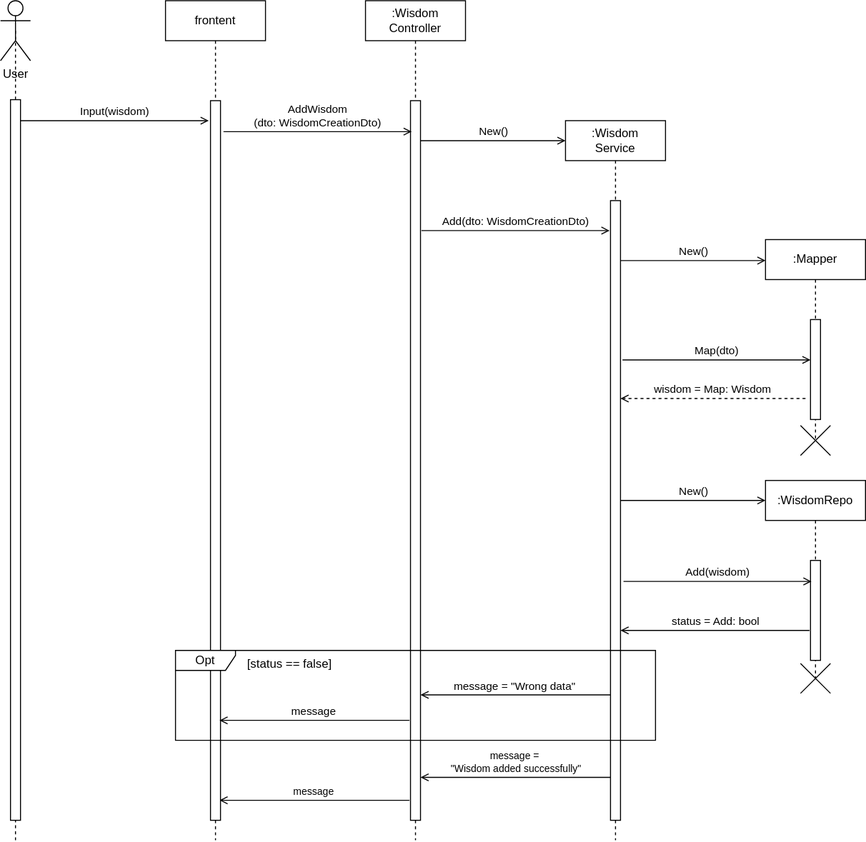
Earlier version of the draw.io export Diagram/Sequence/Manage Wisdom (Add).svg (Davidemad24/WisdomSystem). Source tidied: cells renumbered, new cells last; positions are measured from the earlier drawing's top-left corner, leaving out a move shared by most shapes.
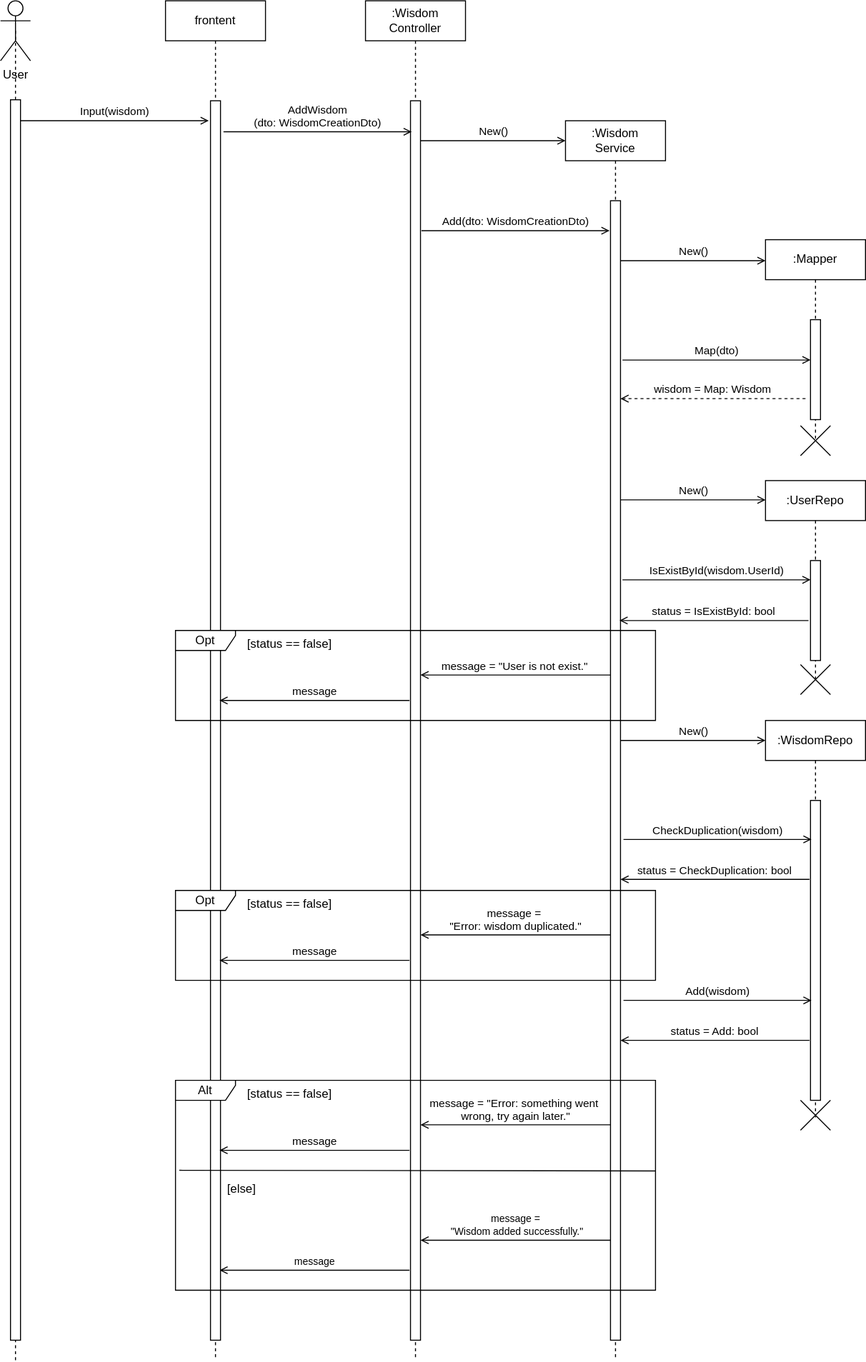
The same file after the commit.

The edit, as a diff of the source:
```diff
@@ -3,16 +3,16 @@
     <mxCell id="0" />
     <mxCell id="1" parent="0" />
     <mxCell id="2" value=":Wisdom&lt;div&gt;Controller&lt;/div&gt;" style="shape=umlLifeline;perimeter=lifelinePerimeter;whiteSpace=wrap;html=1;newEdgeStyle={&quot;edgeStyle&quot;:&quot;elbowEdgeStyle&quot;,&quot;elbow&quot;:&quot;vertical&quot;,&quot;curved&quot;:0,&quot;rounded&quot;:0};" parent="1" vertex="1">
-      <mxGeometry x="365" width="100" height="840" as="geometry" />
+      <mxGeometry x="365" width="100" height="1360" as="geometry" />
     </mxCell>
     <mxCell id="3" style="html=1;points=[];perimeter=orthogonalPerimeter;outlineConnect=0;targetShapes=umlLifeline;portConstraint=eastwest;newEdgeStyle={&quot;edgeStyle&quot;:&quot;elbowEdgeStyle&quot;,&quot;elbow&quot;:&quot;vertical&quot;,&quot;curved&quot;:0,&quot;rounded&quot;:0};" parent="2" vertex="1">
-      <mxGeometry x="45" y="100" width="10" height="720" as="geometry" />
+      <mxGeometry x="45" y="100" width="10" height="1240" as="geometry" />
     </mxCell>
     <mxCell id="4" value=":Wisdom&lt;div&gt;Service&lt;/div&gt;" style="shape=umlLifeline;perimeter=lifelinePerimeter;whiteSpace=wrap;html=1;newEdgeStyle={&quot;edgeStyle&quot;:&quot;elbowEdgeStyle&quot;,&quot;elbow&quot;:&quot;vertical&quot;,&quot;curved&quot;:0,&quot;rounded&quot;:0};" parent="1" vertex="1">
-      <mxGeometry x="565" y="120" width="100" height="720" as="geometry" />
+      <mxGeometry x="565" y="120" width="100" height="1240" as="geometry" />
     </mxCell>
     <mxCell id="5" style="html=1;perimeter=orthogonalPerimeter;targetShapes=umlLifeline;newEdgeStyle={&quot;edgeStyle&quot;:&quot;elbowEdgeStyle&quot;,&quot;elbow&quot;:&quot;vertical&quot;,&quot;curved&quot;:0,&quot;rounded&quot;:0};" parent="4" vertex="1">
-      <mxGeometry x="45" y="80" width="10" height="620" as="geometry" />
+      <mxGeometry x="45" y="80" width="10" height="1140" as="geometry" />
     </mxCell>
     <mxCell id="6" value="User" style="shape=umlActor;verticalLabelPosition=bottom;verticalAlign=top;html=1;outlineConnect=0;" parent="1" vertex="1">
       <mxGeometry width="30" height="60" as="geometry" />
@@ -22,11 +22,11 @@
     </mxCell>
     <mxCell id="8" style="endArrow=none;dashed=1;html=1;rounded=0;entryX=0.5;entryY=0.5;entryDx=0;entryDy=0;entryPerimeter=0;" parent="1" edge="1" target="9">
       <mxGeometry relative="1" as="geometry">
-        <mxPoint x="15" y="840" as="sourcePoint" />
+        <mxPoint x="15" y="1360" as="sourcePoint" />
       </mxGeometry>
     </mxCell>
     <mxCell id="9" style="rounded=0;whiteSpace=wrap;html=1;" parent="1" vertex="1">
-      <mxGeometry x="10" y="99" width="10" height="721" as="geometry" />
+      <mxGeometry x="10" y="99" width="10" height="1241" as="geometry" />
     </mxCell>
     <mxCell id="10" value="AddWisdom&lt;div&gt;(dto: WisdomCreationDto)&lt;/div&gt;" style="html=1;verticalAlign=bottom;labelBackgroundColor=none;endArrow=open;endFill=0;rounded=0;exitX=1.28;exitY=0.094;exitDx=0;exitDy=0;exitPerimeter=0;" parent="1" edge="1">
       <mxGeometry relative="1" as="geometry">
@@ -35,10 +35,10 @@
       </mxGeometry>
     </mxCell>
     <mxCell id="11" value=":WisdomRepo" style="shape=umlLifeline;perimeter=lifelinePerimeter;whiteSpace=wrap;html=1;newEdgeStyle={&quot;edgeStyle&quot;:&quot;elbowEdgeStyle&quot;,&quot;elbow&quot;:&quot;vertical&quot;,&quot;curved&quot;:0,&quot;rounded&quot;:0};" parent="1" vertex="1">
-      <mxGeometry x="765" y="480" width="100" height="200" as="geometry" />
+      <mxGeometry x="765" y="720" width="100" height="400" as="geometry" />
     </mxCell>
     <mxCell id="12" style="html=1;perimeter=orthogonalPerimeter;targetShapes=umlLifeline;newEdgeStyle={&quot;edgeStyle&quot;:&quot;elbowEdgeStyle&quot;,&quot;elbow&quot;:&quot;vertical&quot;,&quot;curved&quot;:0,&quot;rounded&quot;:0};" parent="11" vertex="1">
-      <mxGeometry x="45" y="80" width="10" height="100" as="geometry" />
+      <mxGeometry x="45" y="80" width="10" height="300" as="geometry" />
     </mxCell>
     <mxCell id="13" value="New()" style="html=1;verticalAlign=bottom;labelBackgroundColor=none;endArrow=open;endFill=0;rounded=0;" parent="1" edge="1" source="3">
       <mxGeometry relative="1" as="geometry">
@@ -53,39 +53,39 @@
     </mxCell>
     <mxCell id="15" value="New()" style="html=1;verticalAlign=bottom;labelBackgroundColor=none;endArrow=open;endFill=0;rounded=0;" parent="1" edge="1">
       <mxGeometry relative="1" as="geometry">
-        <mxPoint x="620" y="500" as="sourcePoint" />
-        <mxPoint x="765" y="500" as="targetPoint" />
+        <mxPoint x="620" y="499.3" as="sourcePoint" />
+        <mxPoint x="765" y="499.3" as="targetPoint" />
       </mxGeometry>
     </mxCell>
     <mxCell id="16" value="Add(wisdom)" style="html=1;verticalAlign=bottom;labelBackgroundColor=none;endArrow=open;endFill=0;rounded=0;exitX=1.28;exitY=0.094;exitDx=0;exitDy=0;exitPerimeter=0;" parent="1" edge="1">
       <mxGeometry relative="1" as="geometry">
-        <mxPoint x="623" y="581" as="sourcePoint" />
-        <mxPoint x="811" y="581" as="targetPoint" />
+        <mxPoint x="623" y="1000" as="sourcePoint" />
+        <mxPoint x="811" y="1000" as="targetPoint" />
       </mxGeometry>
     </mxCell>
     <mxCell id="17" value="status = Add: bool" style="html=1;verticalAlign=bottom;labelBackgroundColor=none;endArrow=open;endFill=0;rounded=0;" parent="1" edge="1">
       <mxGeometry relative="1" as="geometry">
-        <mxPoint x="809" y="630" as="sourcePoint" />
-        <mxPoint x="620" y="630" as="targetPoint" />
+        <mxPoint x="809" y="1040" as="sourcePoint" />
+        <mxPoint x="620" y="1040" as="targetPoint" />
       </mxGeometry>
     </mxCell>
     <mxCell id="18" style="shape=umlDestroy;html=1;" parent="1" vertex="1">
-      <mxGeometry x="800" y="663" width="30" height="30" as="geometry" />
+      <mxGeometry x="800" y="1100" width="30" height="30" as="geometry" />
     </mxCell>
     <mxCell id="19" value="&lt;span style=&quot;font-size: 10px;&quot;&gt;message&lt;/span&gt;" style="html=1;verticalAlign=bottom;labelBackgroundColor=none;endArrow=open;endFill=0;rounded=0;" parent="1" edge="1">
       <mxGeometry relative="1" as="geometry">
-        <mxPoint x="409" y="800" as="sourcePoint" />
-        <mxPoint x="219" y="800" as="targetPoint" />
+        <mxPoint x="409" y="1270" as="sourcePoint" />
+        <mxPoint x="219" y="1270" as="targetPoint" />
       </mxGeometry>
     </mxCell>
     <mxCell id="20" value="frontent" style="shape=umlLifeline;perimeter=lifelinePerimeter;whiteSpace=wrap;html=1;newEdgeStyle={&quot;edgeStyle&quot;:&quot;elbowEdgeStyle&quot;,&quot;elbow&quot;:&quot;vertical&quot;,&quot;curved&quot;:0,&quot;rounded&quot;:0};" parent="1" vertex="1">
-      <mxGeometry x="165" width="100" height="840" as="geometry" />
+      <mxGeometry x="165" width="100" height="1360" as="geometry" />
     </mxCell>
     <mxCell id="21" style="html=1;perimeter=orthogonalPerimeter;targetShapes=umlLifeline;newEdgeStyle={&quot;edgeStyle&quot;:&quot;elbowEdgeStyle&quot;,&quot;elbow&quot;:&quot;vertical&quot;,&quot;curved&quot;:0,&quot;rounded&quot;:0};" parent="20" vertex="1">
-      <mxGeometry x="45" y="100" width="10" height="720" as="geometry" />
+      <mxGeometry x="45" y="100" width="10" height="1240" as="geometry" />
     </mxCell>
-    <mxCell id="22" value="Opt" style="shape=umlFrame;whiteSpace=wrap;html=1;width=60;height=20;" parent="1" vertex="1">
-      <mxGeometry x="175" y="650" width="480" height="90" as="geometry" />
+    <mxCell id="22" value="Alt" style="shape=umlFrame;whiteSpace=wrap;html=1;width=60;height=20;" parent="1" vertex="1">
+      <mxGeometry x="175" y="1080" width="480" height="210" as="geometry" />
     </mxCell>
     <mxCell id="23" value="[status == false]" style="text;html=1;" parent="22" vertex="1">
       <mxGeometry width="100" height="20" relative="1" as="geometry">
@@ -98,12 +98,21 @@
         <mxPoint x="44" y="70" as="targetPoint" />
       </mxGeometry>
     </mxCell>
-    <mxCell id="25" value="message = &quot;Wrong data&quot;" style="html=1;verticalAlign=bottom;labelBackgroundColor=none;endArrow=open;endFill=0;rounded=0;" parent="22" edge="1">
+    <mxCell id="25" value="message = &quot;Error: something went&amp;nbsp;&lt;div&gt;wrong, try again later.&quot;&lt;/div&gt;" style="html=1;verticalAlign=bottom;labelBackgroundColor=none;endArrow=open;endFill=0;rounded=0;" parent="22" edge="1">
       <mxGeometry relative="1" as="geometry">
         <mxPoint x="435" y="44.5" as="sourcePoint" />
         <mxPoint x="245" y="44.5" as="targetPoint" />
       </mxGeometry>
     </mxCell>
+    <mxCell id="34" style="endArrow=none;html=1;rounded=0;exitX=0.003;exitY=0.476;exitDx=0;exitDy=0;exitPerimeter=0;entryX=0.995;entryY=0.479;entryDx=0;entryDy=0;entryPerimeter=0;" parent="22" edge="1">
+      <mxGeometry relative="1" as="geometry">
+        <mxPoint x="3.8" y="90" as="sourcePoint" />
+        <mxPoint x="480" y="90.6" as="targetPoint" />
+      </mxGeometry>
+    </mxCell>
+    <mxCell id="35" value="[else]" style="text;html=1;" parent="22" vertex="1">
+      <mxGeometry x="50" y="95" width="100" height="20" as="geometry" />
+    </mxCell>
     <mxCell id="26" value="Input(wisdom)" style="html=1;verticalAlign=bottom;labelBackgroundColor=none;endArrow=open;endFill=0;rounded=0;exitX=1.28;exitY=0.094;exitDx=0;exitDy=0;exitPerimeter=0;" parent="1" edge="1">
       <mxGeometry relative="1" as="geometry">
         <mxPoint x="20" y="120" as="sourcePoint" />
@@ -137,11 +146,90 @@
     <mxCell id="32" style="shape=umlDestroy;html=1;" parent="1" vertex="1">
       <mxGeometry x="800" y="425" width="30" height="30" as="geometry" />
     </mxCell>
-    <mxCell id="33" value="&lt;span style=&quot;font-size: 10px;&quot;&gt;message =&lt;/span&gt;&lt;div&gt;&lt;span style=&quot;font-size: 10px;&quot;&gt;&amp;nbsp;&quot;Wisdom added successfully&quot;&lt;/span&gt;&lt;/div&gt;" style="html=1;verticalAlign=bottom;labelBackgroundColor=none;endArrow=open;endFill=0;rounded=0;" parent="1" edge="1">
+    <mxCell id="33" value="&lt;span style=&quot;font-size: 10px;&quot;&gt;message =&lt;/span&gt;&lt;div&gt;&lt;span style=&quot;font-size: 10px;&quot;&gt;&amp;nbsp;&quot;Wisdom added successfully.&quot;&lt;/span&gt;&lt;/div&gt;" style="html=1;verticalAlign=bottom;labelBackgroundColor=none;endArrow=open;endFill=0;rounded=0;" parent="1" edge="1">
       <mxGeometry relative="1" as="geometry">
-        <mxPoint x="610" y="777" as="sourcePoint" />
-        <mxPoint x="420" y="777" as="targetPoint" />
+        <mxPoint x="610" y="1240" as="sourcePoint" />
+        <mxPoint x="420" y="1240" as="targetPoint" />
       </mxGeometry>
     </mxCell>
+    <mxCell id="36" value=":UserRepo" style="shape=umlLifeline;perimeter=lifelinePerimeter;whiteSpace=wrap;html=1;newEdgeStyle={&quot;edgeStyle&quot;:&quot;elbowEdgeStyle&quot;,&quot;elbow&quot;:&quot;vertical&quot;,&quot;curved&quot;:0,&quot;rounded&quot;:0};" parent="1" vertex="1">
+      <mxGeometry x="765" y="480" width="100" height="200" as="geometry" />
+    </mxCell>
+    <mxCell id="37" style="html=1;perimeter=orthogonalPerimeter;targetShapes=umlLifeline;newEdgeStyle={&quot;edgeStyle&quot;:&quot;elbowEdgeStyle&quot;,&quot;elbow&quot;:&quot;vertical&quot;,&quot;curved&quot;:0,&quot;rounded&quot;:0};" parent="36" vertex="1">
+      <mxGeometry x="45" y="80" width="10" height="100" as="geometry" />
+    </mxCell>
+    <mxCell id="38" value="IsExistById(wisdom.UserId)" style="html=1;verticalAlign=bottom;labelBackgroundColor=none;endArrow=open;endFill=0;rounded=0;exitX=1.28;exitY=0.094;exitDx=0;exitDy=0;exitPerimeter=0;" parent="1" edge="1">
+      <mxGeometry relative="1" as="geometry">
+        <mxPoint x="622" y="579.3" as="sourcePoint" />
+        <mxPoint x="810" y="579.3" as="targetPoint" />
+      </mxGeometry>
+    </mxCell>
+    <mxCell id="39" value="New()" style="html=1;verticalAlign=bottom;labelBackgroundColor=none;endArrow=open;endFill=0;rounded=0;" parent="1" edge="1">
+      <mxGeometry relative="1" as="geometry">
+        <mxPoint x="620" y="740" as="sourcePoint" />
+        <mxPoint x="765" y="740" as="targetPoint" />
+      </mxGeometry>
+    </mxCell>
+    <mxCell id="40" value="status = IsExistById: bool" style="html=1;verticalAlign=bottom;labelBackgroundColor=none;endArrow=open;endFill=0;rounded=0;" parent="1" edge="1">
+      <mxGeometry relative="1" as="geometry">
+        <mxPoint x="808" y="620" as="sourcePoint" />
+        <mxPoint x="619" y="620" as="targetPoint" />
+      </mxGeometry>
+    </mxCell>
+    <mxCell id="41" value="Opt" style="shape=umlFrame;whiteSpace=wrap;html=1;width=60;height=20;" parent="1" vertex="1">
+      <mxGeometry x="175" y="630" width="480" height="90" as="geometry" />
+    </mxCell>
+    <mxCell id="42" value="[status == false]" style="text;html=1;" parent="41" vertex="1">
+      <mxGeometry width="100" height="20" relative="1" as="geometry">
+        <mxPoint x="70" as="offset" />
+      </mxGeometry>
+    </mxCell>
+    <mxCell id="43" value="message" style="html=1;verticalAlign=bottom;labelBackgroundColor=none;endArrow=open;endFill=0;rounded=0;" parent="41" edge="1">
+      <mxGeometry relative="1" as="geometry">
+        <mxPoint x="234" y="70" as="sourcePoint" />
+        <mxPoint x="44" y="70" as="targetPoint" />
+      </mxGeometry>
+    </mxCell>
+    <mxCell id="44" value="message = &quot;User is not exist.&quot;" style="html=1;verticalAlign=bottom;labelBackgroundColor=none;endArrow=open;endFill=0;rounded=0;" parent="41" edge="1">
+      <mxGeometry relative="1" as="geometry">
+        <mxPoint x="435" y="44.5" as="sourcePoint" />
+        <mxPoint x="245" y="44.5" as="targetPoint" />
+      </mxGeometry>
+    </mxCell>
+    <mxCell id="45" style="shape=umlDestroy;html=1;" parent="1" vertex="1">
+      <mxGeometry x="800" y="664" width="30" height="30" as="geometry" />
+    </mxCell>
+    <mxCell id="46" value="CheckDuplication(wisdom)" style="html=1;verticalAlign=bottom;labelBackgroundColor=none;endArrow=open;endFill=0;rounded=0;exitX=1.28;exitY=0.094;exitDx=0;exitDy=0;exitPerimeter=0;" parent="1" edge="1">
+      <mxGeometry relative="1" as="geometry">
+        <mxPoint x="623" y="839" as="sourcePoint" />
+        <mxPoint x="811" y="839" as="targetPoint" />
+      </mxGeometry>
+    </mxCell>
+    <mxCell id="47" value="status = CheckDuplication: bool" style="html=1;verticalAlign=bottom;labelBackgroundColor=none;endArrow=open;endFill=0;rounded=0;" parent="1" edge="1">
+      <mxGeometry relative="1" as="geometry">
+        <mxPoint x="809" y="879" as="sourcePoint" />
+        <mxPoint x="620" y="879" as="targetPoint" />
+      </mxGeometry>
+    </mxCell>
+    <mxCell id="48" value="Opt" style="shape=umlFrame;whiteSpace=wrap;html=1;width=60;height=20;" parent="1" vertex="1">
+      <mxGeometry x="175" y="890" width="480" height="90" as="geometry" />
+    </mxCell>
+    <mxCell id="49" value="[status == false]" style="text;html=1;" parent="48" vertex="1">
+      <mxGeometry width="100" height="20" relative="1" as="geometry">
+        <mxPoint x="70" as="offset" />
+      </mxGeometry>
+    </mxCell>
+    <mxCell id="50" value="message" style="html=1;verticalAlign=bottom;labelBackgroundColor=none;endArrow=open;endFill=0;rounded=0;" parent="48" edge="1">
+      <mxGeometry relative="1" as="geometry">
+        <mxPoint x="234" y="70" as="sourcePoint" />
+        <mxPoint x="44" y="70" as="targetPoint" />
+      </mxGeometry>
+    </mxCell>
+    <mxCell id="51" value="message =&amp;nbsp;&lt;div&gt;&quot;Error: wisdom duplicated.&quot;&lt;/div&gt;" style="html=1;verticalAlign=bottom;labelBackgroundColor=none;endArrow=open;endFill=0;rounded=0;" parent="48" edge="1">
+      <mxGeometry relative="1" as="geometry">
+        <mxPoint x="435" y="44.5" as="sourcePoint" />
+        <mxPoint x="245" y="44.5" as="targetPoint" />
+      </mxGeometry>
+    </mxCell>
   </root>
 </mxGraphModel>
```
